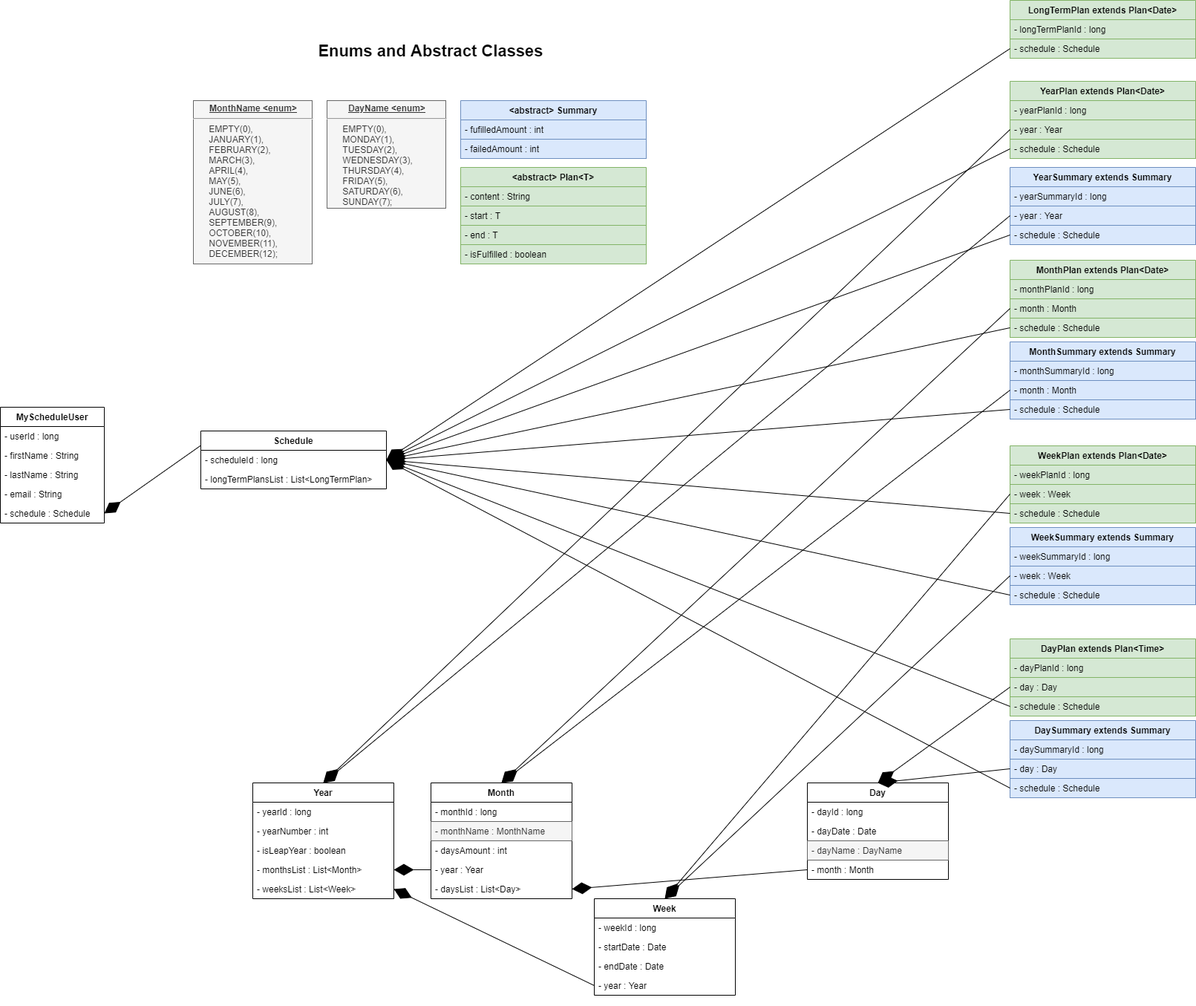
Earlier version of the draw.io export backend/src/main/resources/img/MyScheduleReworked class diagram.png (CcConStanTine/GoalScheduler). Source tidied: cells renumbered, new cells last; positions are measured from the earlier drawing's top-left corner, leaving out a move shared by most shapes.
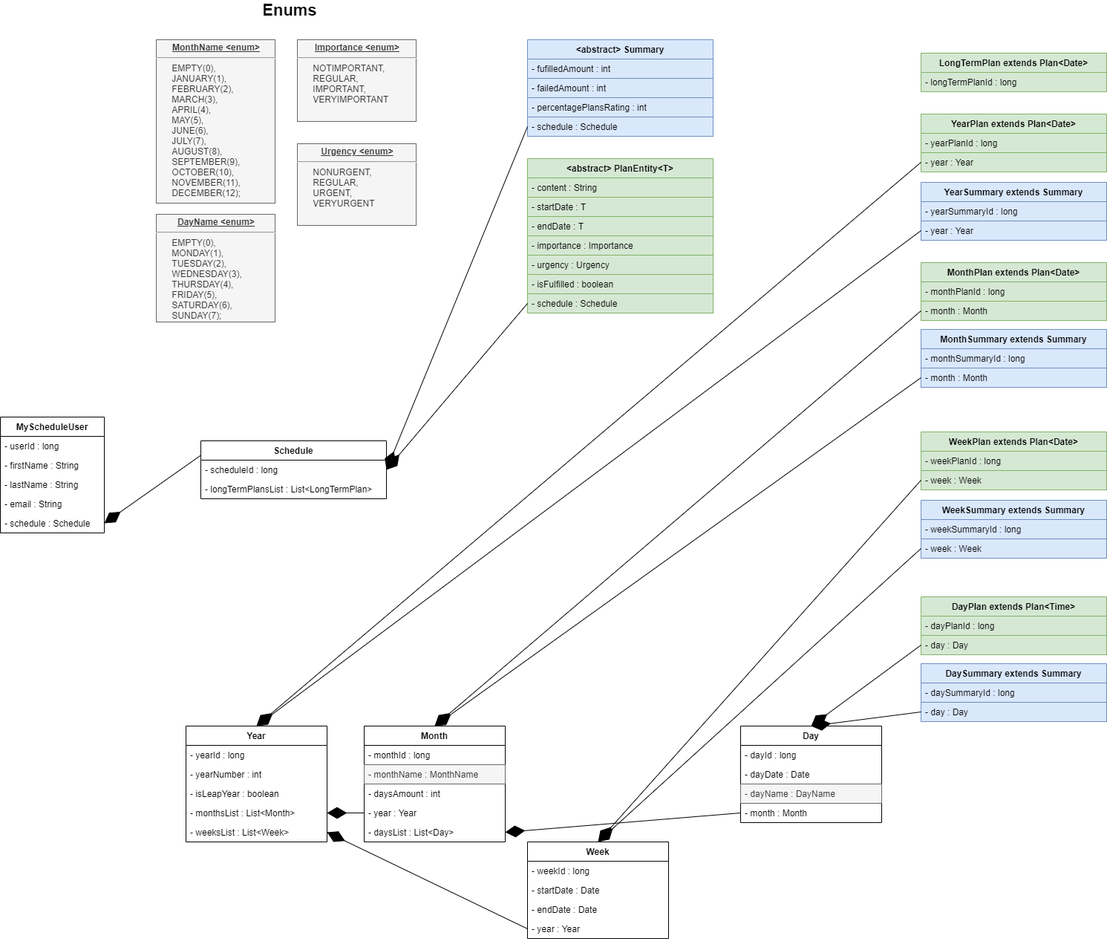
Later version of the same file.

What changed in the source:
```diff
@@ -5,3 +5,3 @@
     <mxCell id="2" value="MyScheduleUser" style="swimlane;fontStyle=1;horizontal=1;startSize=26;fillColor=none;" parent="1" vertex="1">
-      <mxGeometry y="548" width="140" height="156" as="geometry" />
+      <mxGeometry x="90" y="638" width="140" height="156" as="geometry" />
     </mxCell>
@@ -23,3 +23,3 @@
     <mxCell id="8" value="Schedule" style="swimlane;fontStyle=1;horizontal=1;startSize=26;fillColor=none;" parent="1" vertex="1">
-      <mxGeometry x="270" y="580" width="250" height="78" as="geometry" />
+      <mxGeometry x="360" y="670" width="250" height="78" as="geometry" />
     </mxCell>
@@ -32,3 +32,3 @@
     <mxCell id="11" value="LongTermPlan extends Plan&lt;Date&gt;" style="swimlane;fontStyle=1;horizontal=1;startSize=26;fillColor=#d5e8d4;labelBackgroundColor=none;strokeColor=#82b366;" parent="1" vertex="1">
-      <mxGeometry x="1360" width="250" height="78" as="geometry" />
+      <mxGeometry x="1330" y="148" width="250" height="52" as="geometry" />
     </mxCell>
@@ -37,5 +37,2 @@
     </mxCell>
-    <mxCell id="13" value="- schedule : Schedule" style="text;strokeColor=#82b366;fillColor=#d5e8d4;align=left;verticalAlign=top;spacingLeft=4;spacingRight=4;overflow=hidden;points=[[0,0.5],[1,0.5]];portConstraint=eastwest;" parent="11" vertex="1">
-      <mxGeometry y="52" width="250" height="26" as="geometry" />
-    </mxCell>
     <mxCell id="14" value="Year" style="swimlane;fontStyle=1;horizontal=1;startSize=26;fillColor=none;" parent="1" vertex="1">
@@ -107,9 +104,9 @@
     <mxCell id="36" value="&lt;p style=&quot;margin: 0px ; margin-top: 4px ; text-align: center ; text-decoration: underline&quot;&gt;&lt;b&gt;MonthName &amp;lt;enum&amp;gt;&lt;/b&gt;&lt;/p&gt;&lt;hr&gt;&lt;p style=&quot;margin: 0px ; margin-left: 8px&quot;&gt;&amp;nbsp; &amp;nbsp; EMPTY(0),&lt;/p&gt;&lt;p style=&quot;margin: 0px ; margin-left: 8px&quot;&gt;&amp;nbsp; &amp;nbsp; JANUARY(1),&lt;/p&gt;&lt;p style=&quot;margin: 0px ; margin-left: 8px&quot;&gt;&amp;nbsp; &amp;nbsp; FEBRUARY(2),&lt;/p&gt;&lt;p style=&quot;margin: 0px ; margin-left: 8px&quot;&gt;&amp;nbsp; &amp;nbsp; MARCH(3),&lt;/p&gt;&lt;p style=&quot;margin: 0px ; margin-left: 8px&quot;&gt;&amp;nbsp; &amp;nbsp; APRIL(4),&lt;/p&gt;&lt;p style=&quot;margin: 0px ; margin-left: 8px&quot;&gt;&amp;nbsp; &amp;nbsp; MAY(5),&lt;/p&gt;&lt;p style=&quot;margin: 0px ; margin-left: 8px&quot;&gt;&amp;nbsp; &amp;nbsp; JUNE(6),&lt;/p&gt;&lt;p style=&quot;margin: 0px ; margin-left: 8px&quot;&gt;&amp;nbsp; &amp;nbsp; JULY(7),&lt;/p&gt;&lt;p style=&quot;margin: 0px ; margin-left: 8px&quot;&gt;&amp;nbsp; &amp;nbsp; AUGUST(8),&lt;/p&gt;&lt;p style=&quot;margin: 0px ; margin-left: 8px&quot;&gt;&amp;nbsp; &amp;nbsp; SEPTEMBER(9),&lt;/p&gt;&lt;p style=&quot;margin: 0px ; margin-left: 8px&quot;&gt;&amp;nbsp; &amp;nbsp; OCTOBER(10),&lt;/p&gt;&lt;p style=&quot;margin: 0px ; margin-left: 8px&quot;&gt;&amp;nbsp; &amp;nbsp; NOVEMBER(11),&lt;/p&gt;&lt;p style=&quot;margin: 0px ; margin-left: 8px&quot;&gt;&amp;nbsp; &amp;nbsp; DECEMBER(12);&lt;/p&gt;" style="verticalAlign=top;align=left;overflow=fill;fontSize=12;fontFamily=Helvetica;html=1;fillColor=#f5f5f5;strokeColor=#666666;fontColor=#333333;" parent="1" vertex="1">
-      <mxGeometry x="260" y="135" width="160" height="220" as="geometry" />
+      <mxGeometry x="300" y="130" width="160" height="220" as="geometry" />
     </mxCell>
     <mxCell id="37" value="&lt;p style=&quot;margin: 0px ; margin-top: 4px ; text-align: center ; text-decoration: underline&quot;&gt;&lt;b&gt;DayName &amp;lt;enum&amp;gt;&lt;/b&gt;&lt;/p&gt;&lt;hr&gt;&lt;p style=&quot;margin: 0px ; margin-left: 8px&quot;&gt;&amp;nbsp; &amp;nbsp;&lt;span&gt;&amp;nbsp;&lt;/span&gt;&lt;span&gt;EMPTY(0),&lt;/span&gt;&lt;/p&gt;&lt;p style=&quot;margin: 0px ; margin-left: 8px&quot;&gt;&amp;nbsp; &amp;nbsp; MONDAY(1),&lt;/p&gt;&lt;p style=&quot;margin: 0px ; margin-left: 8px&quot;&gt;&amp;nbsp; &amp;nbsp; TUESDAY(2),&lt;/p&gt;&lt;p style=&quot;margin: 0px ; margin-left: 8px&quot;&gt;&amp;nbsp; &amp;nbsp; WEDNESDAY(3),&lt;/p&gt;&lt;p style=&quot;margin: 0px ; margin-left: 8px&quot;&gt;&amp;nbsp; &amp;nbsp; THURSDAY(4),&lt;/p&gt;&lt;p style=&quot;margin: 0px ; margin-left: 8px&quot;&gt;&amp;nbsp; &amp;nbsp; FRIDAY(5),&lt;/p&gt;&lt;p style=&quot;margin: 0px ; margin-left: 8px&quot;&gt;&amp;nbsp; &amp;nbsp; SATURDAY(6),&lt;/p&gt;&lt;p style=&quot;margin: 0px ; margin-left: 8px&quot;&gt;&amp;nbsp; &amp;nbsp; SUNDAY(7);&lt;/p&gt;" style="verticalAlign=top;align=left;overflow=fill;fontSize=12;fontFamily=Helvetica;html=1;fillColor=#f5f5f5;strokeColor=#666666;fontColor=#333333;" parent="1" vertex="1">
-      <mxGeometry x="440" y="135" width="160" height="145" as="geometry" />
+      <mxGeometry x="300" y="365" width="160" height="145" as="geometry" />
     </mxCell>
-    <mxCell id="38" value="&lt;abstract&gt; Plan&lt;T&gt;" style="swimlane;fontStyle=1;horizontal=1;startSize=26;fillColor=#d5e8d4;strokeColor=#82b366;" parent="1" vertex="1">
-      <mxGeometry x="620" y="225" width="250" height="130" as="geometry" />
+    <mxCell id="38" value="&lt;abstract&gt; PlanEntity&lt;T&gt;" style="swimlane;fontStyle=1;horizontal=1;startSize=26;fillColor=#d5e8d4;strokeColor=#82b366;" parent="1" vertex="1">
+      <mxGeometry x="800" y="290" width="250" height="208" as="geometry" />
     </mxCell>
@@ -118,13 +115,22 @@
     </mxCell>
-    <mxCell id="40" value="- start : T" style="text;align=left;verticalAlign=top;spacingLeft=4;spacingRight=4;overflow=hidden;fillColor=#d5e8d4;strokeColor=#82b366;" parent="38" vertex="1">
+    <mxCell id="40" value="- startDate : T" style="text;align=left;verticalAlign=top;spacingLeft=4;spacingRight=4;overflow=hidden;fillColor=#d5e8d4;strokeColor=#82b366;" parent="38" vertex="1">
       <mxGeometry y="52" width="250" height="26" as="geometry" />
     </mxCell>
-    <mxCell id="41" value="- end : T" style="text;align=left;verticalAlign=top;spacingLeft=4;spacingRight=4;overflow=hidden;fillColor=#d5e8d4;strokeColor=#82b366;" parent="38" vertex="1">
+    <mxCell id="41" value="- endDate : T" style="text;align=left;verticalAlign=top;spacingLeft=4;spacingRight=4;overflow=hidden;fillColor=#d5e8d4;strokeColor=#82b366;" parent="38" vertex="1">
       <mxGeometry y="78" width="250" height="26" as="geometry" />
     </mxCell>
-    <mxCell id="42" value="- isFulfilled : boolean" style="text;align=left;verticalAlign=top;spacingLeft=4;spacingRight=4;overflow=hidden;fillColor=#d5e8d4;strokeColor=#82b366;" parent="38" vertex="1">
+    <mxCell id="42" value="- importance : Importance" style="text;align=left;verticalAlign=top;spacingLeft=4;spacingRight=4;overflow=hidden;fillColor=#d5e8d4;strokeColor=#82b366;" parent="38" vertex="1">
       <mxGeometry y="104" width="250" height="26" as="geometry" />
     </mxCell>
+    <mxCell id="100" value="- urgency : Urgency" style="text;align=left;verticalAlign=top;spacingLeft=4;spacingRight=4;overflow=hidden;fillColor=#d5e8d4;strokeColor=#82b366;" parent="38" vertex="1">
+      <mxGeometry y="130" width="250" height="26" as="geometry" />
+    </mxCell>
+    <mxCell id="101" value="- isFulfilled : boolean" style="text;align=left;verticalAlign=top;spacingLeft=4;spacingRight=4;overflow=hidden;fillColor=#d5e8d4;strokeColor=#82b366;" parent="38" vertex="1">
+      <mxGeometry y="156" width="250" height="26" as="geometry" />
+    </mxCell>
+    <mxCell id="102" value="- schedule : Schedule" style="text;align=left;verticalAlign=top;spacingLeft=4;spacingRight=4;overflow=hidden;points=[[0,0.5],[1,0.5]];portConstraint=eastwest;fillColor=#d5e8d4;strokeColor=#82b366;" parent="38" vertex="1">
+      <mxGeometry y="182" width="250" height="26" as="geometry" />
+    </mxCell>
     <mxCell id="43" value="&lt;abstract&gt; Summary" style="swimlane;fontStyle=1;horizontal=1;startSize=26;fillColor=#dae8fc;strokeColor=#6c8ebf;" parent="1" vertex="1">
-      <mxGeometry x="620" y="135" width="250" height="78" as="geometry" />
+      <mxGeometry x="800" y="130" width="250" height="130" as="geometry" />
     </mxCell>
@@ -136,4 +142,10 @@
     </mxCell>
+    <mxCell id="103" value="- percentagePlansRating : int" style="text;align=left;verticalAlign=top;spacingLeft=4;spacingRight=4;overflow=hidden;fillColor=#dae8fc;strokeColor=#6c8ebf;" parent="43" vertex="1">
+      <mxGeometry y="78" width="250" height="26" as="geometry" />
+    </mxCell>
+    <mxCell id="104" value="- schedule : Schedule" style="text;align=left;verticalAlign=top;spacingLeft=4;spacingRight=4;overflow=hidden;points=[[0,0.5],[1,0.5]];portConstraint=eastwest;fillColor=#dae8fc;strokeColor=#6c8ebf;" parent="43" vertex="1">
+      <mxGeometry y="104" width="250" height="26" as="geometry" />
+    </mxCell>
     <mxCell id="46" value="YearPlan extends Plan&lt;Date&gt;" style="swimlane;fontStyle=1;horizontal=1;startSize=26;fillColor=#d5e8d4;strokeColor=#82b366;" parent="1" vertex="1">
-      <mxGeometry x="1360" y="109" width="250" height="104" as="geometry" />
+      <mxGeometry x="1330" y="230" width="250" height="78" as="geometry" />
     </mxCell>
@@ -145,7 +157,4 @@
     </mxCell>
-    <mxCell id="49" value="- schedule : Schedule" style="text;strokeColor=#82b366;fillColor=#d5e8d4;align=left;verticalAlign=top;spacingLeft=4;spacingRight=4;overflow=hidden;points=[[0,0.5],[1,0.5]];portConstraint=eastwest;" parent="46" vertex="1">
-      <mxGeometry y="78" width="250" height="26" as="geometry" />
-    </mxCell>
     <mxCell id="50" value="MonthPlan extends Plan&lt;Date&gt;" style="swimlane;fontStyle=1;horizontal=1;startSize=26;fillColor=#d5e8d4;strokeColor=#82b366;" parent="1" vertex="1">
-      <mxGeometry x="1360" y="350" width="250" height="104" as="geometry" />
+      <mxGeometry x="1330" y="430" width="250" height="78" as="geometry" />
     </mxCell>
@@ -157,7 +166,4 @@
     </mxCell>
-    <mxCell id="53" value="- schedule : Schedule" style="text;strokeColor=#82b366;fillColor=#d5e8d4;align=left;verticalAlign=top;spacingLeft=4;spacingRight=4;overflow=hidden;points=[[0,0.5],[1,0.5]];portConstraint=eastwest;" parent="50" vertex="1">
-      <mxGeometry y="78" width="250" height="26" as="geometry" />
-    </mxCell>
     <mxCell id="54" value="WeekPlan extends Plan&lt;Date&gt;" style="swimlane;fontStyle=1;horizontal=1;startSize=26;fillColor=#d5e8d4;strokeColor=#82b366;" parent="1" vertex="1">
-      <mxGeometry x="1360" y="600" width="250" height="104" as="geometry" />
+      <mxGeometry x="1330" y="658" width="250" height="78" as="geometry" />
     </mxCell>
@@ -169,7 +175,4 @@
     </mxCell>
-    <mxCell id="57" value="- schedule : Schedule" style="text;strokeColor=#82b366;fillColor=#d5e8d4;align=left;verticalAlign=top;spacingLeft=4;spacingRight=4;overflow=hidden;points=[[0,0.5],[1,0.5]];portConstraint=eastwest;" parent="54" vertex="1">
-      <mxGeometry y="78" width="250" height="26" as="geometry" />
-    </mxCell>
     <mxCell id="58" value="DayPlan extends Plan&lt;Time&gt;" style="swimlane;fontStyle=1;horizontal=1;startSize=26;fillColor=#d5e8d4;strokeColor=#82b366;" parent="1" vertex="1">
-      <mxGeometry x="1360" y="860" width="250" height="104" as="geometry" />
+      <mxGeometry x="1330" y="880" width="250" height="78" as="geometry" />
     </mxCell>
@@ -181,7 +184,4 @@
     </mxCell>
-    <mxCell id="61" value="- schedule : Schedule" style="text;strokeColor=#82b366;fillColor=#d5e8d4;align=left;verticalAlign=top;spacingLeft=4;spacingRight=4;overflow=hidden;points=[[0,0.5],[1,0.5]];portConstraint=eastwest;" parent="58" vertex="1">
-      <mxGeometry y="78" width="250" height="26" as="geometry" />
-    </mxCell>
     <mxCell id="62" value="YearSummary extends Summary" style="swimlane;fontStyle=1;horizontal=1;startSize=26;fillColor=#dae8fc;strokeColor=#6c8ebf;" parent="1" vertex="1">
-      <mxGeometry x="1360" y="225" width="250" height="104" as="geometry" />
+      <mxGeometry x="1330" y="322" width="250" height="78" as="geometry" />
     </mxCell>
@@ -193,7 +193,4 @@
     </mxCell>
-    <mxCell id="65" value="- schedule : Schedule" style="text;strokeColor=#6c8ebf;fillColor=#dae8fc;align=left;verticalAlign=top;spacingLeft=4;spacingRight=4;overflow=hidden;points=[[0,0.5],[1,0.5]];portConstraint=eastwest;" parent="62" vertex="1">
-      <mxGeometry y="78" width="250" height="26" as="geometry" />
-    </mxCell>
     <mxCell id="66" value="MonthSummary extends Summary" style="swimlane;fontStyle=1;horizontal=1;startSize=26;fillColor=#dae8fc;strokeColor=#6c8ebf;" parent="1" vertex="1">
-      <mxGeometry x="1360" y="460" width="250" height="104" as="geometry" />
+      <mxGeometry x="1330" y="520" width="250" height="78" as="geometry" />
     </mxCell>
@@ -205,7 +202,4 @@
     </mxCell>
-    <mxCell id="69" value="- schedule : Schedule" style="text;strokeColor=#6c8ebf;fillColor=#dae8fc;align=left;verticalAlign=top;spacingLeft=4;spacingRight=4;overflow=hidden;points=[[0,0.5],[1,0.5]];portConstraint=eastwest;" parent="66" vertex="1">
-      <mxGeometry y="78" width="250" height="26" as="geometry" />
-    </mxCell>
     <mxCell id="70" value="WeekSummary extends Summary" style="swimlane;fontStyle=1;horizontal=1;startSize=26;fillColor=#dae8fc;strokeColor=#6c8ebf;" parent="1" vertex="1">
-      <mxGeometry x="1360" y="710" width="250" height="104" as="geometry" />
+      <mxGeometry x="1330" y="750" width="250" height="78" as="geometry" />
     </mxCell>
@@ -217,7 +211,4 @@
     </mxCell>
-    <mxCell id="73" value="- schedule : Schedule" style="text;strokeColor=#6c8ebf;fillColor=#dae8fc;align=left;verticalAlign=top;spacingLeft=4;spacingRight=4;overflow=hidden;points=[[0,0.5],[1,0.5]];portConstraint=eastwest;" parent="70" vertex="1">
-      <mxGeometry y="78" width="250" height="26" as="geometry" />
-    </mxCell>
     <mxCell id="74" value="DaySummary extends Summary" style="swimlane;fontStyle=1;horizontal=1;startSize=26;fillColor=#dae8fc;strokeColor=#6c8ebf;" parent="1" vertex="1">
-      <mxGeometry x="1360" y="970" width="250" height="104" as="geometry" />
+      <mxGeometry x="1330" y="970" width="250" height="78" as="geometry" />
     </mxCell>
@@ -229,7 +220,4 @@
     </mxCell>
-    <mxCell id="77" value="- schedule : Schedule" style="text;strokeColor=#6c8ebf;fillColor=#dae8fc;align=left;verticalAlign=top;spacingLeft=4;spacingRight=4;overflow=hidden;points=[[0,0.5],[1,0.5]];portConstraint=eastwest;" parent="74" vertex="1">
-      <mxGeometry y="78" width="250" height="26" as="geometry" />
-    </mxCell>
-    <mxCell id="78" value="&lt;b&gt;&lt;font style=&quot;font-size: 22px&quot;&gt;Enums and Abstract Classes&lt;/font&gt;&lt;/b&gt;" style="text;html=1;strokeColor=none;fillColor=none;align=center;verticalAlign=middle;whiteSpace=wrap;rounded=0;labelBackgroundColor=none;" parent="1" vertex="1">
-      <mxGeometry x="420" y="58" width="320" height="20" as="geometry" />
+    <mxCell id="78" value="&lt;b&gt;&lt;font style=&quot;font-size: 22px&quot;&gt;Enums&lt;/font&gt;&lt;/b&gt;" style="text;html=1;strokeColor=none;fillColor=none;align=center;verticalAlign=middle;whiteSpace=wrap;rounded=0;labelBackgroundColor=none;" parent="1" vertex="1">
+      <mxGeometry x="320" y="80" width="320" height="20" as="geometry" />
     </mxCell>
@@ -238,26 +226,5 @@
     </mxCell>
-    <mxCell id="80" style="endArrow=diamondThin;endFill=1;endSize=24;html=1;entryX=1;entryY=0.5;entryDx=0;entryDy=0;exitX=0;exitY=0.5;exitDx=0;exitDy=0;" parent="1" edge="1" source="49" target="9">
+    <mxCell id="80" style="endArrow=diamondThin;endFill=1;endSize=24;html=1;entryX=1;entryY=0.5;entryDx=0;entryDy=0;exitX=0;exitY=0.5;exitDx=0;exitDy=0;" parent="1" edge="1" source="104" target="9">
       <mxGeometry relative="1" as="geometry" />
     </mxCell>
-    <mxCell id="81" style="endArrow=diamondThin;endFill=1;endSize=24;html=1;entryX=1;entryY=0.5;entryDx=0;entryDy=0;exitX=0;exitY=0.5;exitDx=0;exitDy=0;" parent="1" edge="1" source="65" target="9">
-      <mxGeometry relative="1" as="geometry" />
-    </mxCell>
-    <mxCell id="82" style="endArrow=diamondThin;endFill=1;endSize=24;html=1;entryX=1;entryY=0.5;entryDx=0;entryDy=0;exitX=0;exitY=0.5;exitDx=0;exitDy=0;" parent="1" edge="1" source="53" target="9">
-      <mxGeometry relative="1" as="geometry" />
-    </mxCell>
-    <mxCell id="83" style="endArrow=diamondThin;endFill=1;endSize=24;html=1;entryX=1;entryY=0.5;entryDx=0;entryDy=0;exitX=0;exitY=0.5;exitDx=0;exitDy=0;" parent="1" edge="1" source="69" target="9">
-      <mxGeometry relative="1" as="geometry" />
-    </mxCell>
-    <mxCell id="84" style="endArrow=diamondThin;endFill=1;endSize=24;html=1;entryX=1;entryY=0.5;entryDx=0;entryDy=0;exitX=0;exitY=0.5;exitDx=0;exitDy=0;" parent="1" edge="1" source="57" target="9">
-      <mxGeometry relative="1" as="geometry" />
-    </mxCell>
-    <mxCell id="85" style="endArrow=diamondThin;endFill=1;endSize=24;html=1;entryX=1;entryY=0.5;entryDx=0;entryDy=0;exitX=0;exitY=0.5;exitDx=0;exitDy=0;" parent="1" edge="1" source="73" target="9">
-      <mxGeometry relative="1" as="geometry" />
-    </mxCell>
-    <mxCell id="86" style="endArrow=diamondThin;endFill=1;endSize=24;html=1;entryX=1;entryY=0.5;entryDx=0;entryDy=0;exitX=0;exitY=0.5;exitDx=0;exitDy=0;" parent="1" edge="1" source="61" target="9">
-      <mxGeometry relative="1" as="geometry" />
-    </mxCell>
-    <mxCell id="87" style="endArrow=diamondThin;endFill=1;endSize=24;html=1;entryX=1;entryY=0.5;entryDx=0;entryDy=0;exitX=0;exitY=0.5;exitDx=0;exitDy=0;" parent="1" edge="1" source="77" target="9">
-      <mxGeometry relative="1" as="geometry" />
-    </mxCell>
     <mxCell id="88" style="endArrow=diamondThin;endFill=1;endSize=24;html=1;entryX=1;entryY=0.5;entryDx=0;entryDy=0;exitX=0;exitY=0.5;exitDx=0;exitDy=0;" parent="1" edge="1" source="30" target="19">
@@ -265,3 +232,3 @@
     </mxCell>
-    <mxCell id="89" style="endArrow=diamondThin;endFill=1;endSize=24;html=1;entryX=1;entryY=0.5;entryDx=0;entryDy=0;exitX=0;exitY=0.5;exitDx=0;exitDy=0;" parent="1" edge="1" source="13" target="9">
+    <mxCell id="89" style="endArrow=diamondThin;endFill=1;endSize=24;html=1;entryX=1;entryY=0.5;entryDx=0;entryDy=0;exitX=0;exitY=0.5;exitDx=0;exitDy=0;" parent="1" edge="1" source="102" target="9">
       <mxGeometry relative="1" as="geometry" />
@@ -298,2 +265,8 @@
     </mxCell>
+    <mxCell id="105" value="&lt;p style=&quot;margin: 0px ; margin-top: 4px ; text-align: center ; text-decoration: underline&quot;&gt;&lt;b&gt;Importance &amp;lt;enum&amp;gt;&lt;/b&gt;&lt;/p&gt;&lt;hr&gt;&lt;p style=&quot;margin: 0px ; margin-left: 8px&quot;&gt;&amp;nbsp; &amp;nbsp; NOTIMPORTANT,&lt;/p&gt;&lt;p style=&quot;margin: 0px ; margin-left: 8px&quot;&gt;&amp;nbsp; &amp;nbsp; REGULAR,&lt;/p&gt;&lt;p style=&quot;margin: 0px ; margin-left: 8px&quot;&gt;&amp;nbsp; &amp;nbsp; IMPORTANT,&lt;/p&gt;&lt;p style=&quot;margin: 0px ; margin-left: 8px&quot;&gt;&amp;nbsp; &amp;nbsp; VERYIMPORTANT&lt;/p&gt;&lt;p style=&quot;margin: 0px ; margin-left: 8px&quot;&gt;&amp;nbsp; &amp;nbsp;&lt;/p&gt;" style="verticalAlign=top;align=left;overflow=fill;fontSize=12;fontFamily=Helvetica;html=1;fillColor=#f5f5f5;strokeColor=#666666;fontColor=#333333;" parent="1" vertex="1">
+      <mxGeometry x="490" y="130" width="160" height="110" as="geometry" />
+    </mxCell>
+    <mxCell id="106" value="&lt;p style=&quot;margin: 0px ; margin-top: 4px ; text-align: center ; text-decoration: underline&quot;&gt;&lt;b&gt;Urgency &amp;lt;enum&amp;gt;&lt;/b&gt;&lt;/p&gt;&lt;hr&gt;&lt;p style=&quot;margin: 0px ; margin-left: 8px&quot;&gt;&amp;nbsp; &amp;nbsp; NONURGENT,&lt;/p&gt;&lt;p style=&quot;margin: 0px ; margin-left: 8px&quot;&gt;&amp;nbsp; &amp;nbsp; REGULAR,&lt;/p&gt;&lt;p style=&quot;margin: 0px ; margin-left: 8px&quot;&gt;&amp;nbsp; &amp;nbsp; URGENT,&lt;/p&gt;&lt;p style=&quot;margin: 0px ; margin-left: 8px&quot;&gt;&amp;nbsp; &amp;nbsp; VERYURGENT&lt;/p&gt;&lt;p style=&quot;margin: 0px ; margin-left: 8px&quot;&gt;&amp;nbsp; &amp;nbsp;&lt;/p&gt;" style="verticalAlign=top;align=left;overflow=fill;fontSize=12;fontFamily=Helvetica;html=1;fillColor=#f5f5f5;strokeColor=#666666;fontColor=#333333;" parent="1" vertex="1">
+      <mxGeometry x="490" y="270" width="160" height="110" as="geometry" />
+    </mxCell>
   </root>
```
